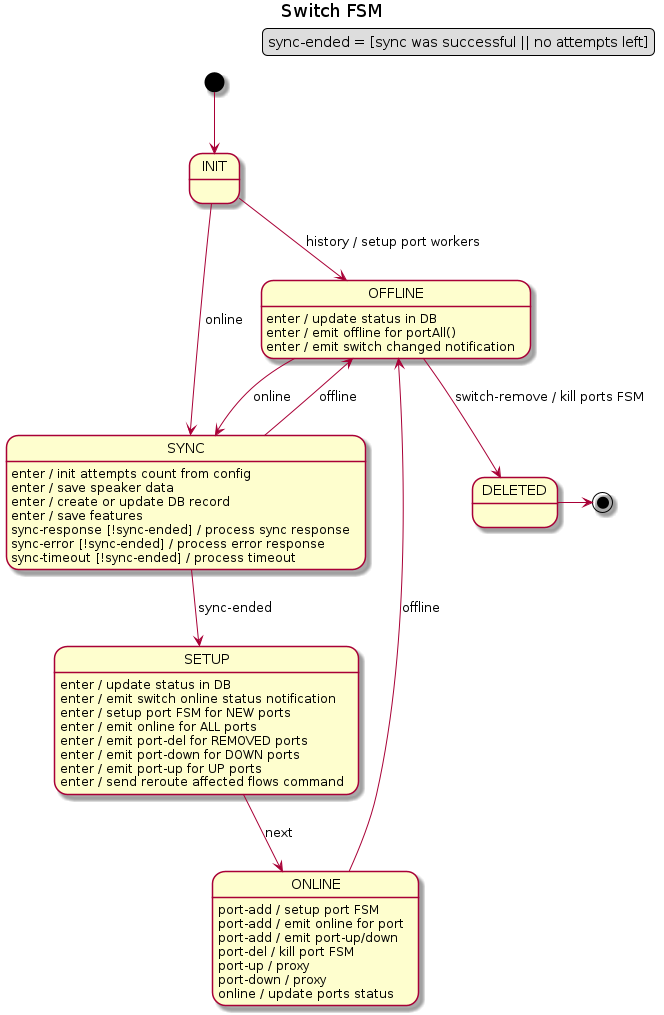
The PlantUML diagram docs/design/network-discovery/switch-FSM.png in telstra/open-kilda, before a commit.
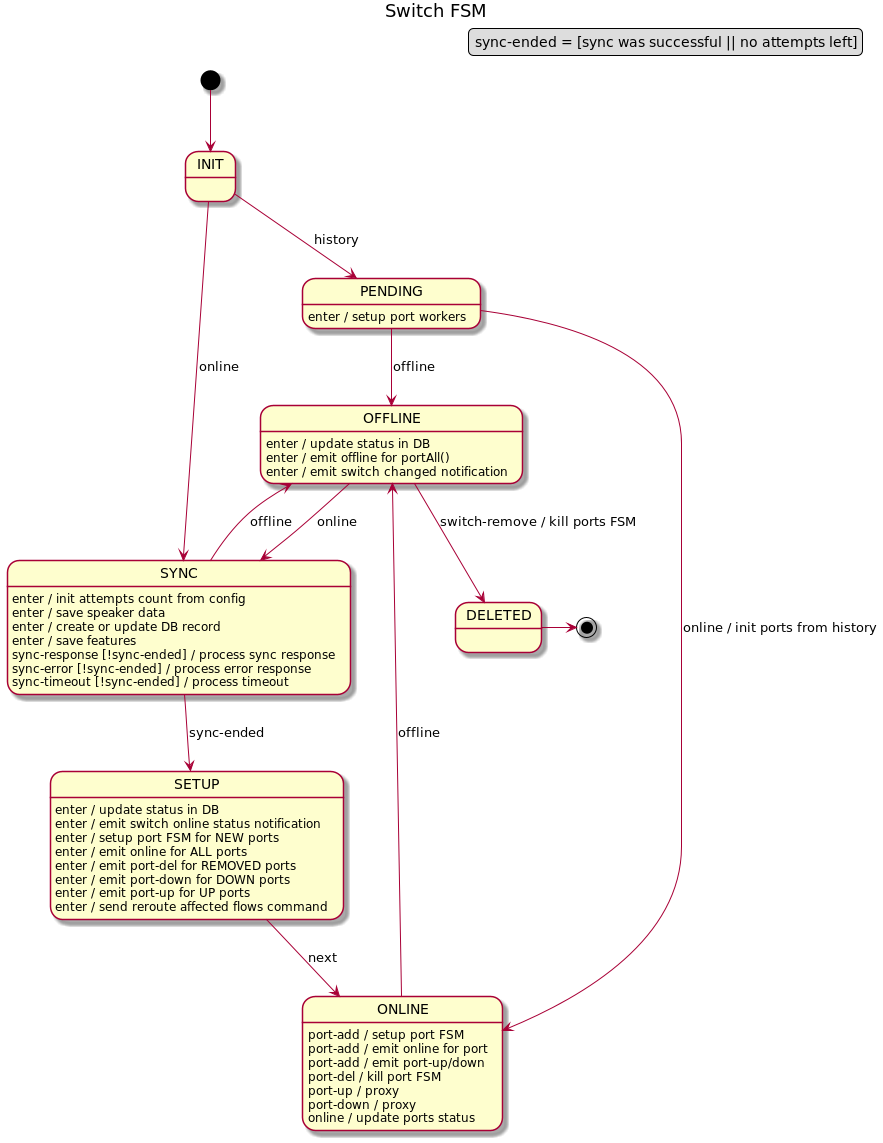
The same diagram one commit later.

Commit message:
Do not put switch into inactive state on network start

What changed in the source:
```diff
@@ -7,8 +7,12 @@
 
 [*] --> INIT
 
-INIT --> OFFLINE : history / setup port workers
 INIT --> SYNC : online
+INIT --> PENDING : history
+
+PENDING : enter / setup port workers
+PENDING --> ONLINE : online / init ports from history
+PENDING --> OFFLINE : offline
 
 SYNC : enter / init attempts count from config
 SYNC : enter / save speaker data
```
